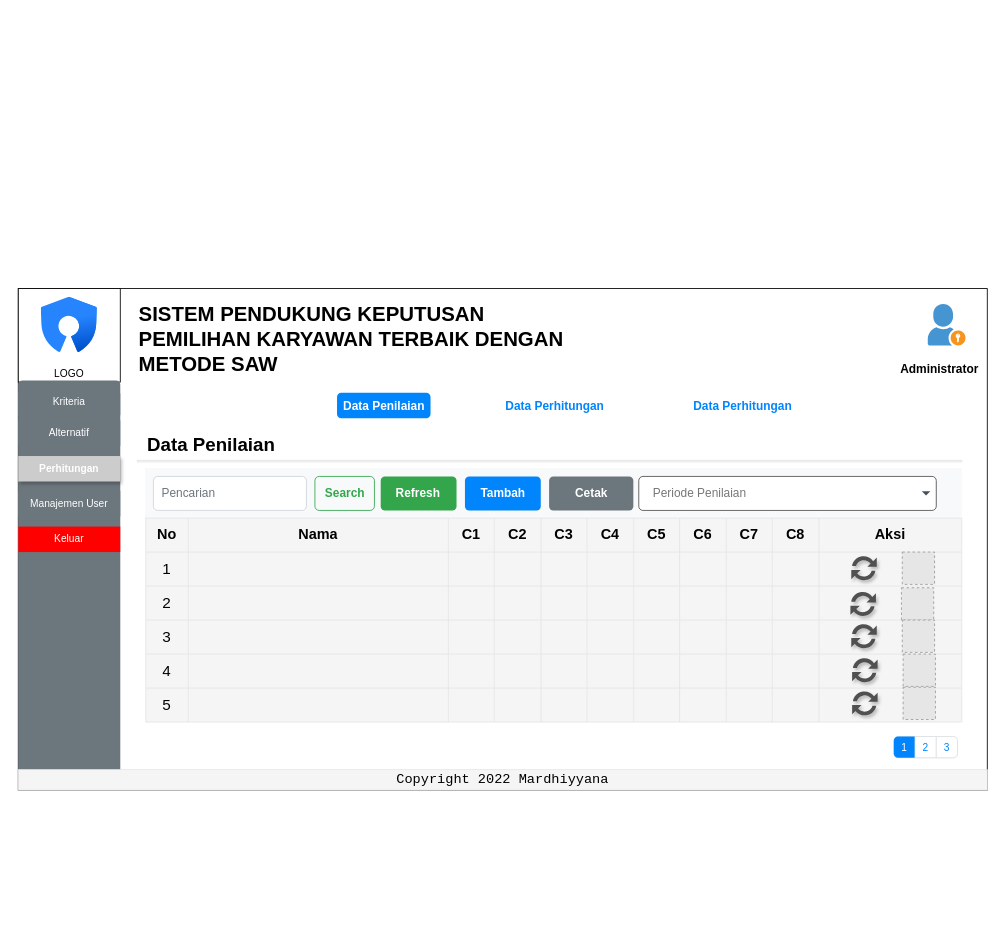
Above: page "Halaman-1" (1 of 2) of lkt perhitungan.drawio in mrdhiyyana/spk-saw0093 (draw.io), before the change. Source tidied: cells renumbered, new cells numbered last; positions are measured from the earlier drawing's top-left corner, leaving out a move shared by most shapes. Both pictures are drawn from the tidied source at 85%, with x=0, y=0 at pixel (18, 288). Pictures stored in the file or linked from it are replaced by grey dashed boxes.
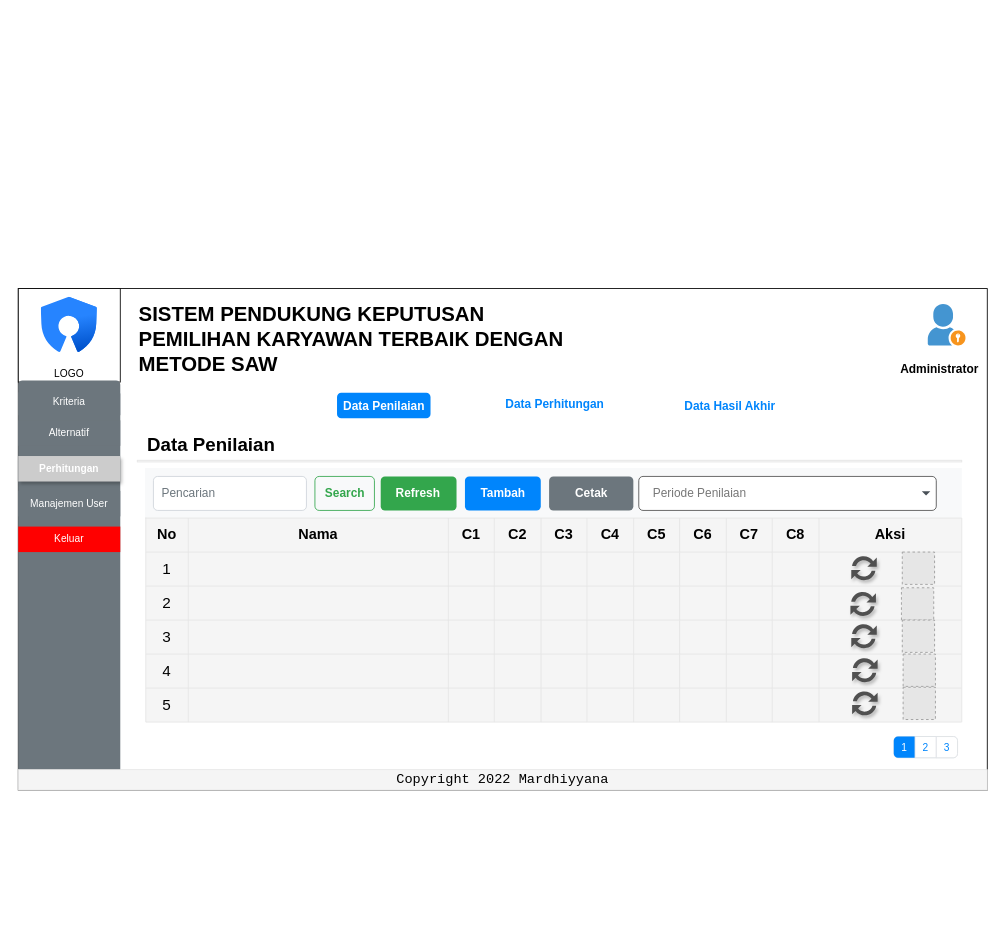
After the change.

The edit, as a diff of the source:
```diff
@@
     <mxCell id="15" value="Data Perhitungan" style="fillColor=none;strokeColor=none;fontSize=14;fontColor=#0085FC;shadow=1;labelBackgroundColor=none;fontStyle=1;" parent="1" vertex="1">
-      <mxGeometry x="574" y="120" width="115" height="35" as="geometry" />
+      <mxGeometry x="574" y="117.5" width="115" height="35" as="geometry" />
     </mxCell>
-    <mxCell id="16" value="Data Perhitungan" style="fillColor=none;strokeColor=none;fontSize=14;fontColor=#0085FC;shadow=1;labelBackgroundColor=none;fontStyle=1;" parent="1" vertex="1">
-      <mxGeometry x="795" y="120" width="115" height="35" as="geometry" />
+    <mxCell id="16" value="Data Hasil Akhir" style="fillColor=none;strokeColor=none;fontSize=14;fontColor=#0085FC;shadow=1;labelBackgroundColor=none;fontStyle=1;" parent="1" vertex="1">
+      <mxGeometry x="780" y="120" width="115" height="35" as="geometry" />
     </mxCell>
```
